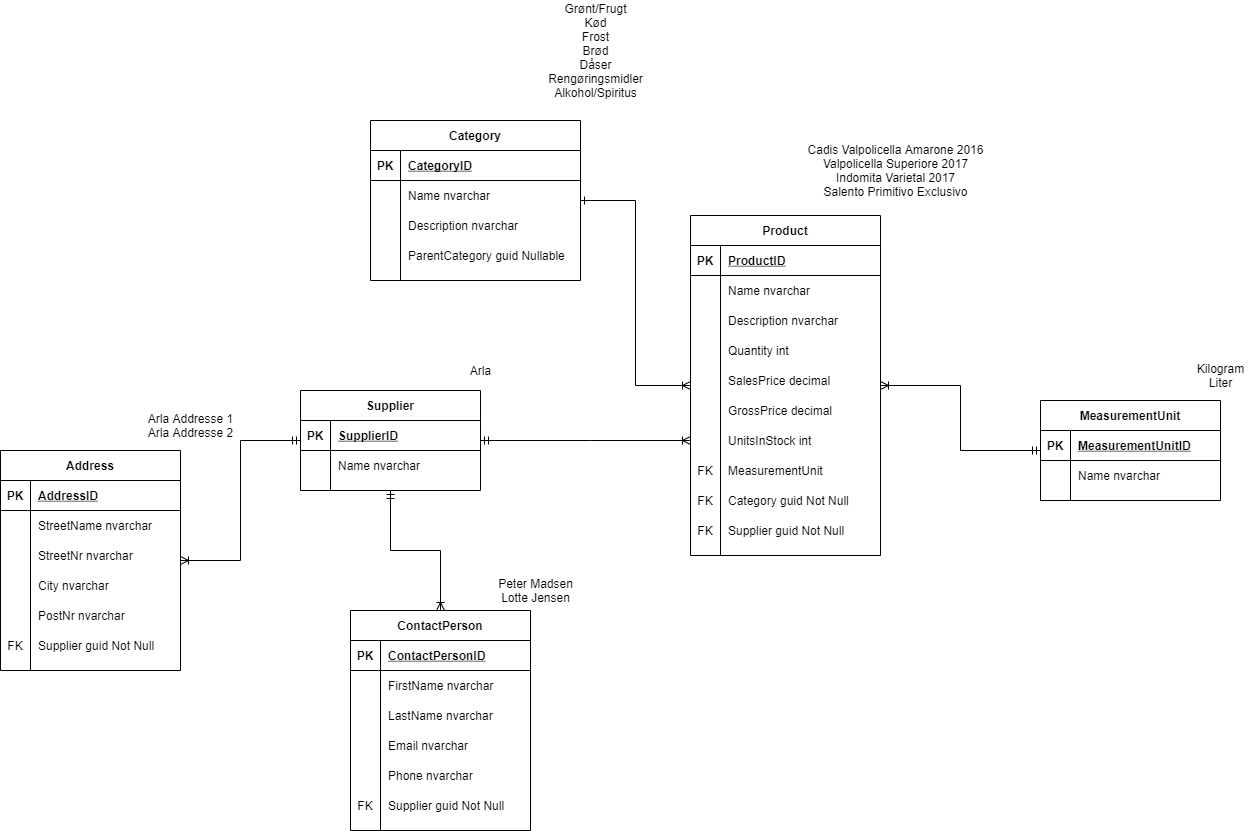
Above: Documentation/Rema1000Design.png in Sivet/Rema1000ApiProject (draw.io), before the change. Source tidied: cells renumbered, new cells last; positions are measured from the earlier drawing's top-left corner, leaving out a move shared by most shapes.
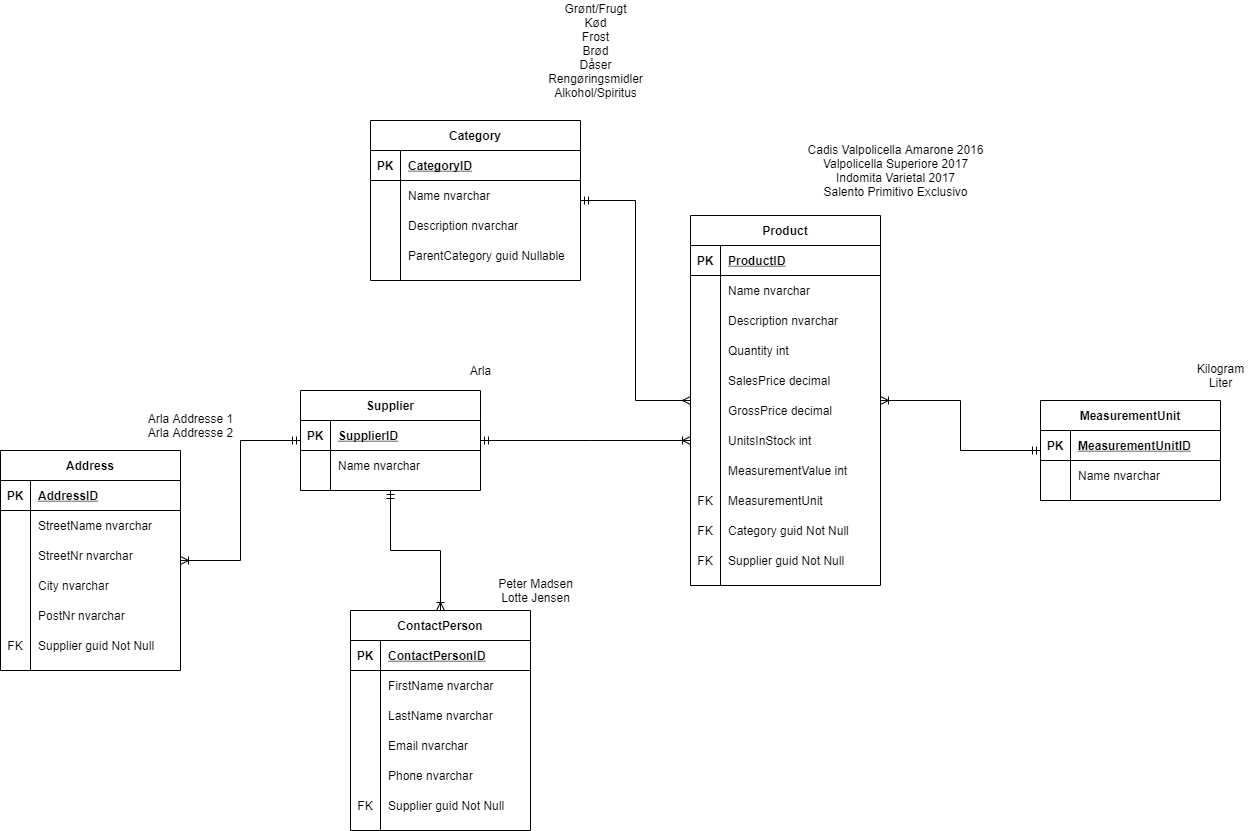
After the commit.

Commit message:
Added MeasurementValue to Product

Diff of the diagram source:
```diff
@@ -2,7 +2,7 @@
   <root>
     <mxCell id="0" />
     <mxCell id="1" parent="0" />
-    <mxCell id="2" style="edgeStyle=orthogonalEdgeStyle;rounded=0;jettySize=auto;html=1;endArrow=ERoneToMany;endFill=0;startArrow=ERone;startFill=0;" parent="1" edge="1" source="3" target="26">
+    <mxCell id="2" style="edgeStyle=orthogonalEdgeStyle;rounded=0;jettySize=auto;html=1;endArrow=ERmany;endFill=0;startArrow=ERmandOne;startFill=0;" parent="1" edge="1" source="3" target="26">
       <mxGeometry relative="1" as="geometry" />
     </mxCell>
     <mxCell id="3" value="Category" style="shape=table;startSize=30;rowLines=0;fontStyle=1;align=center;" parent="1" vertex="1">
@@ -80,7 +80,7 @@
       <mxGeometry x="30" width="150" height="30" as="geometry" />
     </mxCell>
     <mxCell id="26" value="Product" style="shape=table;startSize=30;rowLines=0;fontStyle=1;align=center;" parent="1" vertex="1">
-      <mxGeometry x="690" y="215" width="190" height="340" as="geometry" />
+      <mxGeometry x="690" y="215" width="190" height="370" as="geometry" />
     </mxCell>
     <mxCell id="27" style="shape=partialRectangle;fillColor=none;top=0;left=0;bottom=1;right=0;" parent="26" vertex="1">
       <mxGeometry y="30" width="190" height="30" as="geometry" />
@@ -145,8 +145,17 @@
     <mxCell id="47" value="UnitsInStock int" style="shape=partialRectangle;fillColor=none;top=0;left=0;bottom=0;right=0;align=left;spacingLeft=6;overflow=hidden;" parent="45" vertex="1">
       <mxGeometry x="30" width="160" height="30" as="geometry" />
     </mxCell>
+    <mxCell id="109" style="shape=partialRectangle;fillColor=none;top=0;left=0;bottom=0;right=0;" parent="26" vertex="1">
+      <mxGeometry y="240" width="190" height="30" as="geometry" />
+    </mxCell>
+    <mxCell id="110" style="shape=partialRectangle;fillColor=none;top=0;left=0;bottom=0;right=0;overflow=hidden;" parent="109" vertex="1">
+      <mxGeometry width="30" height="30" as="geometry" />
+    </mxCell>
+    <mxCell id="111" value="MeasurementValue int" style="shape=partialRectangle;fillColor=none;top=0;left=0;bottom=0;right=0;align=left;spacingLeft=6;overflow=hidden;" parent="109" vertex="1">
+      <mxGeometry x="30" width="160" height="30" as="geometry" />
+    </mxCell>
     <mxCell id="48" style="shape=partialRectangle;fillColor=none;top=0;left=0;bottom=0;right=0;" parent="26" vertex="1">
-      <mxGeometry y="240" width="190" height="30" as="geometry" />
+      <mxGeometry y="270" width="190" height="30" as="geometry" />
     </mxCell>
     <mxCell id="49" value="FK" style="shape=partialRectangle;fillColor=none;top=0;left=0;bottom=0;right=0;overflow=hidden;" parent="48" vertex="1">
       <mxGeometry width="30" height="30" as="geometry" />
@@ -155,7 +164,7 @@
       <mxGeometry x="30" width="160" height="30" as="geometry" />
     </mxCell>
     <mxCell id="51" style="shape=partialRectangle;fillColor=none;top=0;left=0;bottom=0;right=0;" parent="26" vertex="1">
-      <mxGeometry y="270" width="190" height="30" as="geometry" />
+      <mxGeometry y="300" width="190" height="30" as="geometry" />
     </mxCell>
     <mxCell id="52" value="FK" style="shape=partialRectangle;fillColor=none;top=0;left=0;bottom=0;right=0;overflow=hidden;" parent="51" vertex="1">
       <mxGeometry width="30" height="30" as="geometry" />
@@ -164,7 +173,7 @@
       <mxGeometry x="30" width="160" height="30" as="geometry" />
     </mxCell>
     <mxCell id="54" style="shape=partialRectangle;fillColor=none;top=0;left=0;bottom=0;right=0;" parent="26" vertex="1">
-      <mxGeometry y="300" width="190" height="30" as="geometry" />
+      <mxGeometry y="330" width="190" height="30" as="geometry" />
     </mxCell>
     <mxCell id="55" value="FK" style="shape=partialRectangle;fillColor=none;top=0;left=0;bottom=0;right=0;overflow=hidden;" parent="54" vertex="1">
       <mxGeometry width="30" height="30" as="geometry" />
```
